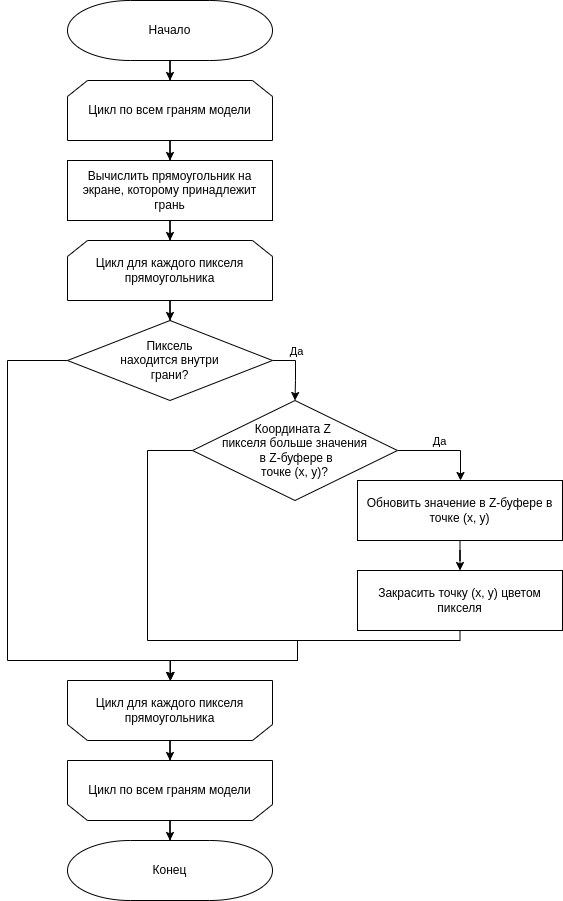
The draw.io diagram report/inc/img/zbuff.png in NikitaKot1/bmstu_iu7_cg_cw, before a commit. Source tidied: cells renumbered, new cells last; positions are measured from the earlier drawing's top-left corner, leaving out a move shared by most shapes.
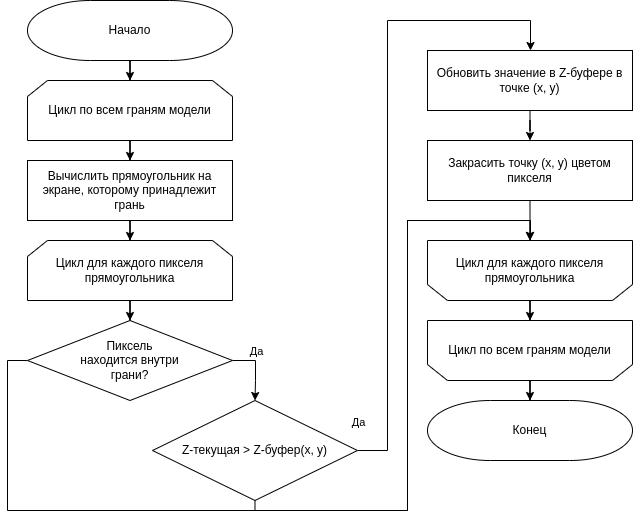
Later version of the same file.

Diff of the diagram source:
```diff
@@ -42,9 +42,11 @@
     <mxCell id="12" style="edgeStyle=orthogonalEdgeStyle;rounded=0;jettySize=auto;html=1;entryX=0.5;entryY=0;entryDx=0;entryDy=0;" parent="1" edge="1" source="13" target="23">
       <mxGeometry relative="1" as="geometry">
         <Array as="points">
-          <mxPoint y="360" />
-          <mxPoint y="660" />
-          <mxPoint x="163" y="660" />
+          <mxPoint x="40" y="360" />
+          <mxPoint x="40" y="510" />
+          <mxPoint x="440" y="510" />
+          <mxPoint x="440" y="220" />
+          <mxPoint x="563" y="220" />
         </Array>
       </mxGeometry>
     </mxCell>
@@ -54,62 +56,57 @@
     <mxCell id="14" style="edgeStyle=orthogonalEdgeStyle;rounded=0;jettySize=auto;html=1;" parent="1" edge="1" source="17" target="19">
       <mxGeometry relative="1" as="geometry">
         <Array as="points">
-          <mxPoint x="453" y="450" />
+          <mxPoint x="420" y="450" />
+          <mxPoint x="420" y="20" />
+          <mxPoint x="563" y="20" />
         </Array>
       </mxGeometry>
     </mxCell>
     <mxCell id="15" value="Да" style="edgeLabel;html=1;align=center;verticalAlign=middle;" parent="14" vertex="1">
       <mxGeometry x="-0.12" y="1" relative="1" as="geometry">
-        <mxPoint y="-9" as="offset" />
+        <mxPoint x="-29" y="220" as="offset" />
       </mxGeometry>
     </mxCell>
-    <mxCell id="16" style="edgeStyle=orthogonalEdgeStyle;rounded=0;jettySize=auto;html=1;" parent="1" edge="1" source="17" target="23">
+    <mxCell id="16" style="edgeStyle=orthogonalEdgeStyle;rounded=0;jettySize=auto;html=1;entryX=0.5;entryY=0;entryDx=0;entryDy=0;" parent="1" edge="1" source="17" target="23">
       <mxGeometry relative="1" as="geometry">
         <Array as="points">
-          <mxPoint x="140" y="450" />
-          <mxPoint x="140" y="640" />
-          <mxPoint x="290" y="640" />
-          <mxPoint x="290" y="660" />
-          <mxPoint x="163" y="660" />
+          <mxPoint x="288" y="510" />
+          <mxPoint x="440" y="510" />
+          <mxPoint x="440" y="220" />
+          <mxPoint x="563" y="220" />
+          <mxPoint x="563" y="270" />
         </Array>
       </mxGeometry>
     </mxCell>
-    <mxCell id="17" value="Координата Z &lt;br&gt;пикселя больше значения&lt;br&gt;&amp;nbsp;в Z-буфере в&lt;br&gt;точке (x, y)?" style="rhombus;whiteSpace=wrap;html=1;" parent="1" vertex="1">
+    <mxCell id="17" value="Z-текущая &amp;gt; Z-буфер(x, y)" style="rhombus;whiteSpace=wrap;html=1;" parent="1" vertex="1">
       <mxGeometry x="185" y="400" width="205" height="100" as="geometry" />
     </mxCell>
     <mxCell id="18" style="edgeStyle=orthogonalEdgeStyle;rounded=0;jettySize=auto;html=1;" parent="1" edge="1" source="19" target="21">
       <mxGeometry relative="1" as="geometry" />
     </mxCell>
     <mxCell id="19" value="Обновить значение в Z-буфере в точке (x, y)" style="rounded=0;whiteSpace=wrap;html=1;" parent="1" vertex="1">
-      <mxGeometry x="350" y="480" width="205" height="60" as="geometry" />
+      <mxGeometry x="460" y="50" width="205" height="60" as="geometry" />
     </mxCell>
-    <mxCell id="20" style="edgeStyle=orthogonalEdgeStyle;rounded=0;jettySize=auto;html=1;" parent="1" edge="1" source="21" target="23">
-      <mxGeometry relative="1" as="geometry">
-        <Array as="points">
-          <mxPoint x="453" y="640" />
-          <mxPoint x="290" y="640" />
-          <mxPoint x="290" y="660" />
-          <mxPoint x="163" y="660" />
-        </Array>
-      </mxGeometry>
+    <mxCell id="20" style="edgeStyle=orthogonalEdgeStyle;rounded=0;jettySize=auto;html=1;entryX=0.5;entryY=0;entryDx=0;entryDy=0;" parent="1" edge="1" source="21" target="23">
+      <mxGeometry relative="1" as="geometry" />
     </mxCell>
     <mxCell id="21" value="Закрасить точку (x, y) цветом пикселя" style="rounded=0;whiteSpace=wrap;html=1;" parent="1" vertex="1">
-      <mxGeometry x="350" y="570" width="205" height="60" as="geometry" />
+      <mxGeometry x="460" y="140" width="205" height="60" as="geometry" />
     </mxCell>
     <mxCell id="22" style="edgeStyle=orthogonalEdgeStyle;rounded=0;jettySize=auto;html=1;" parent="1" edge="1" source="23" target="25">
       <mxGeometry relative="1" as="geometry" />
     </mxCell>
     <mxCell id="23" value="Цикл для каждого пикселя прямоугольника" style="shape=loopLimit;whiteSpace=wrap;html=1;shadow=0;sketch=0;strokeWidth=1;gradientColor=none;flipV=1;" parent="1" vertex="1">
-      <mxGeometry x="60" y="680" width="205" height="60" as="geometry" />
+      <mxGeometry x="460" y="240" width="205" height="60" as="geometry" />
     </mxCell>
     <mxCell id="24" style="edgeStyle=orthogonalEdgeStyle;rounded=0;jettySize=auto;html=1;" parent="1" edge="1" source="25" target="26">
       <mxGeometry relative="1" as="geometry" />
     </mxCell>
     <mxCell id="25" value="Цикл по всем граням модели" style="shape=loopLimit;whiteSpace=wrap;html=1;shadow=0;sketch=0;strokeWidth=1;gradientColor=none;flipV=1;" parent="1" vertex="1">
-      <mxGeometry x="60" y="760" width="205" height="60" as="geometry" />
+      <mxGeometry x="460" y="320" width="205" height="60" as="geometry" />
     </mxCell>
     <mxCell id="26" value="Конец" style="strokeWidth=1;html=1;shape=mxgraph.flowchart.terminator;whiteSpace=wrap;" parent="1" vertex="1">
-      <mxGeometry x="60" y="840" width="205" height="60" as="geometry" />
+      <mxGeometry x="460" y="400" width="205" height="60" as="geometry" />
     </mxCell>
   </root>
 </mxGraphModel>
```
